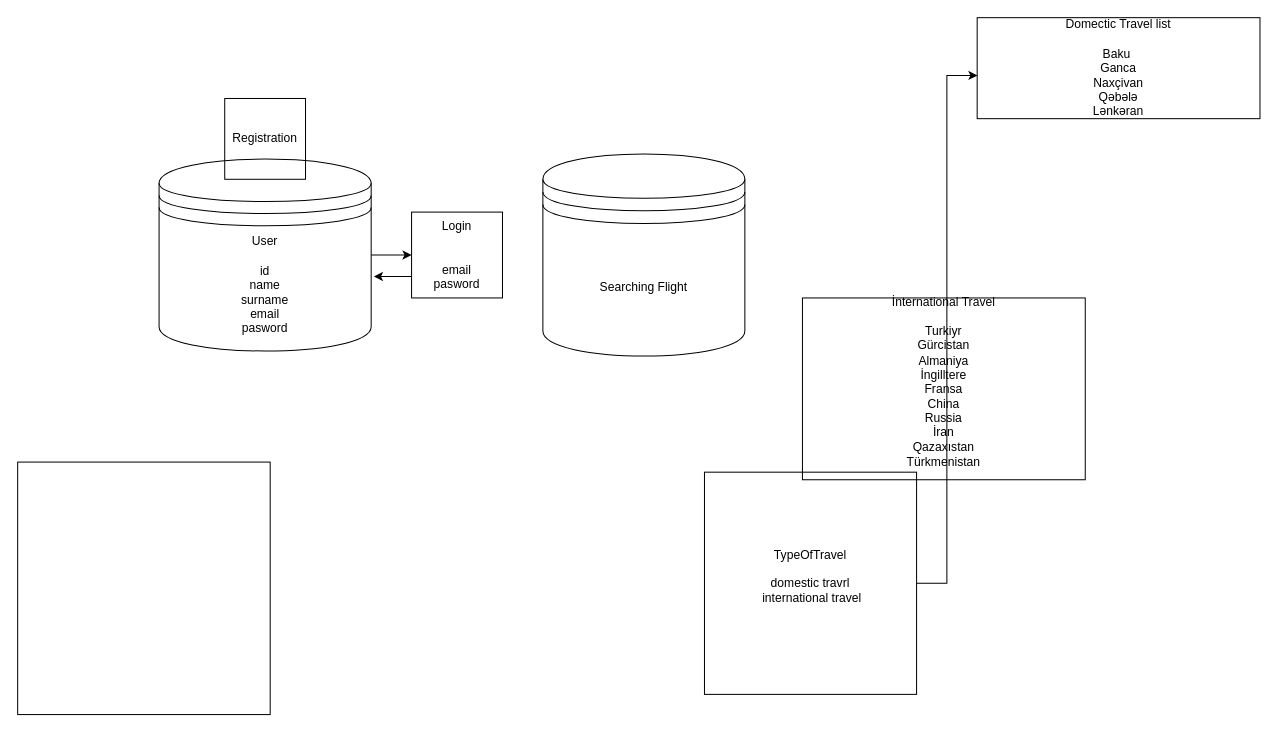
Before: Başlıksız Diyagram.drawio in IntelligentCoderFA/MyNewProject, a draw.io diagram. Source tidied: cells renumbered, new cells numbered last; positions are measured from the earlier drawing's top-left corner, leaving out a move shared by most shapes. Both pictures are drawn from the tidied source at 101%, with x=0, y=0 at pixel (17, 17).
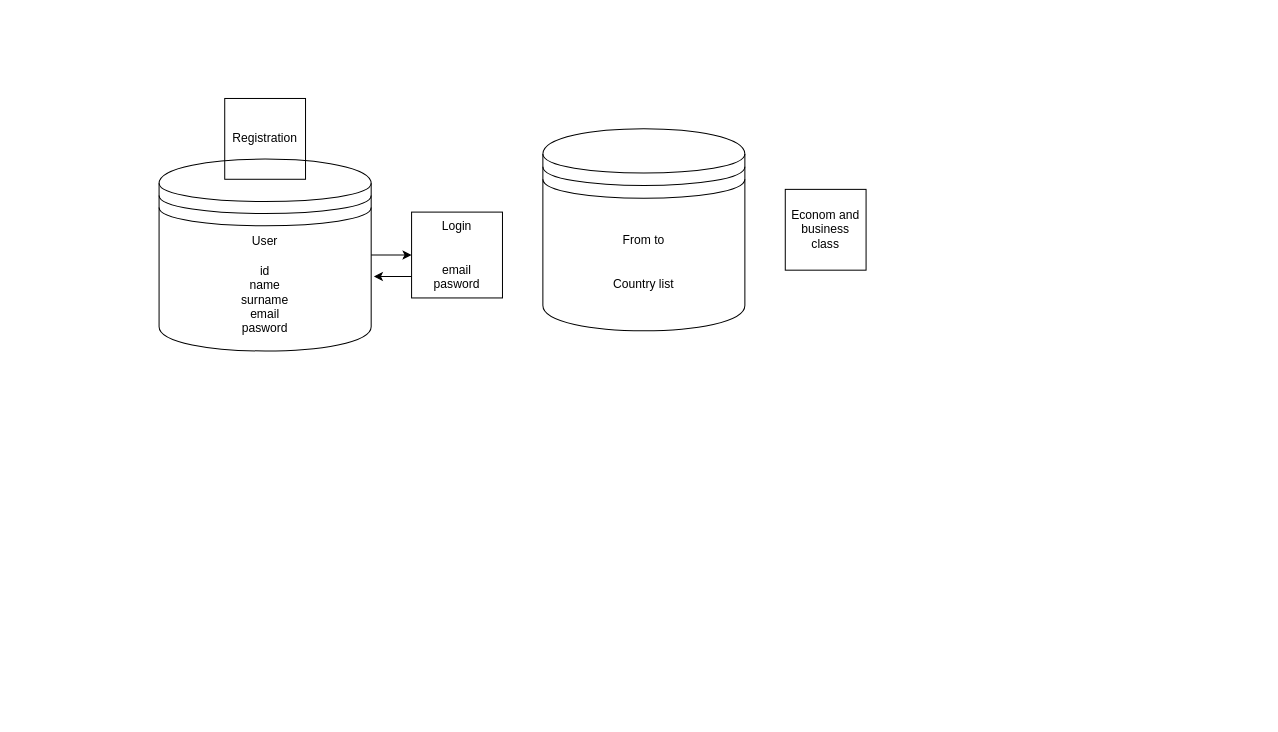
After the change.

Diff of the diagram source:
```diff
@@
 <mxGraphModel>
   <root>
     <mxCell id="0" />
     <mxCell id="1" parent="0" />
     <mxCell id="2" style="edgeStyle=orthogonalEdgeStyle;rounded=0;jettySize=auto;html=1;exitX=0;exitY=0.75;exitDx=0;exitDy=0;entryX=1.013;entryY=0.609;entryDx=0;entryDy=0;entryPerimeter=0;fontFamily=Helvetica;fontSize=12;fontColor=default;" parent="1" edge="1" source="3" target="10">
       <mxGeometry relative="1" as="geometry" />
     </mxCell>
     <mxCell id="3" value="Login&lt;br&gt;&lt;br&gt;&lt;br&gt;email&lt;br&gt;pasword" style="rounded=0;whiteSpace=wrap;html=1;fontFamily=Helvetica;fontSize=12;fontColor=default;fillColor=none;gradientColor=none;" parent="1" vertex="1">
       <mxGeometry x="390" y="192.5" width="90" height="85" as="geometry" />
     </mxCell>
-    <mxCell id="4" style="edgeStyle=orthogonalEdgeStyle;rounded=0;jettySize=auto;html=1;exitX=1;exitY=0.5;exitDx=0;exitDy=0;entryX=0.001;entryY=0.572;entryDx=0;entryDy=0;entryPerimeter=0;fontFamily=Helvetica;fontSize=12;fontColor=default;" parent="1" edge="1" source="5" target="6">
-      <mxGeometry relative="1" as="geometry" />
-    </mxCell>
-    <mxCell id="5" value="TypeOfTravel&lt;br&gt;&lt;br&gt;domestic travrl&lt;br&gt;&amp;nbsp;international travel&lt;br&gt;&lt;br&gt;" style="rounded=0;whiteSpace=wrap;html=1;fontFamily=Helvetica;fontSize=12;fontColor=default;fillColor=none;gradientColor=none;" parent="1" vertex="1">
-      <mxGeometry x="680" y="450" width="210" height="220" as="geometry" />
-    </mxCell>
-    <mxCell id="6" value="Domectic Travel list&lt;br&gt;&lt;br&gt;Baku&amp;nbsp;&lt;br&gt;Ganca&lt;br&gt;Naxçivan&lt;br&gt;Qəbələ&lt;br&gt;Lənkəran&lt;br&gt;" style="rounded=0;whiteSpace=wrap;html=1;fontFamily=Helvetica;fontSize=12;fontColor=default;fillColor=none;gradientColor=none;" parent="1" vertex="1">
-      <mxGeometry x="950" width="280" height="100" as="geometry" />
-    </mxCell>
-    <mxCell id="7" value="İnternational Travel&lt;br&gt;&lt;br&gt;Turkiyr&lt;br&gt;Gürcistan&lt;br&gt;Almaniya&lt;br&gt;İngilltere&lt;br&gt;Fransa&lt;br&gt;China&lt;br&gt;Russia&lt;br&gt;İran&lt;br&gt;Qazaxıstan&lt;br&gt;Türkmenistan&lt;br&gt;&lt;br&gt;" style="rounded=0;whiteSpace=wrap;html=1;fontFamily=Helvetica;fontSize=12;fontColor=default;fillColor=none;gradientColor=none;" parent="1" vertex="1">
-      <mxGeometry x="777" y="277.5" width="280" height="180" as="geometry" />
-    </mxCell>
-    <mxCell id="8" style="whiteSpace=wrap;html=1;fontFamily=Helvetica;fontSize=12;fontColor=default;fillColor=none;gradientColor=none;" parent="1" vertex="1">
-      <mxGeometry y="440" width="250" height="250" as="geometry" />
-    </mxCell>
     <mxCell id="9" style="edgeStyle=orthogonalEdgeStyle;rounded=0;jettySize=auto;html=1;exitX=1;exitY=0.5;exitDx=0;exitDy=0;entryX=0;entryY=0.5;entryDx=0;entryDy=0;fontFamily=Helvetica;fontSize=12;fontColor=default;" parent="1" edge="1" source="10" target="3">
       <mxGeometry relative="1" as="geometry" />
     </mxCell>
     <mxCell id="10" value="User&lt;br&gt;&lt;br&gt;id&lt;br&gt;name&lt;br&gt;surname&lt;br&gt;email&lt;br&gt;pasword" style="shape=datastore;whiteSpace=wrap;html=1;fontFamily=Helvetica;fontSize=12;fontColor=default;fillColor=none;gradientColor=none;" parent="1" vertex="1">
       <mxGeometry x="140" y="140" width="210" height="190" as="geometry" />
     </mxCell>
     <mxCell id="11" value="Registration" style="whiteSpace=wrap;html=1;fontFamily=Helvetica;fontSize=12;fontColor=default;fillColor=none;gradientColor=none;" parent="1" vertex="1">
       <mxGeometry x="205" y="80" width="80" height="80" as="geometry" />
     </mxCell>
-    <mxCell id="12" value="Searching Flight" style="shape=datastore;whiteSpace=wrap;html=1;fontFamily=Helvetica;fontSize=12;fontColor=default;fillColor=none;gradientColor=none;" parent="1" vertex="1">
-      <mxGeometry x="520" y="135" width="200" height="200" as="geometry" />
+    <mxCell id="12" value="From to&lt;br&gt;&lt;br&gt;&lt;br&gt;Country list" style="shape=datastore;whiteSpace=wrap;html=1;fontFamily=Helvetica;fontSize=12;fontColor=default;fillColor=none;gradientColor=none;" parent="1" vertex="1">
+      <mxGeometry x="520" y="110" width="200" height="200" as="geometry" />
     </mxCell>
+    <mxCell id="13" value="Econom and business class" style="whiteSpace=wrap;html=1;fontFamily=Helvetica;fontSize=12;fontColor=default;fillColor=none;gradientColor=none;" parent="1" vertex="1">
+      <mxGeometry x="760" y="170" width="80" height="80" as="geometry" />
+    </mxCell>
   </root>
 </mxGraphModel>
```
